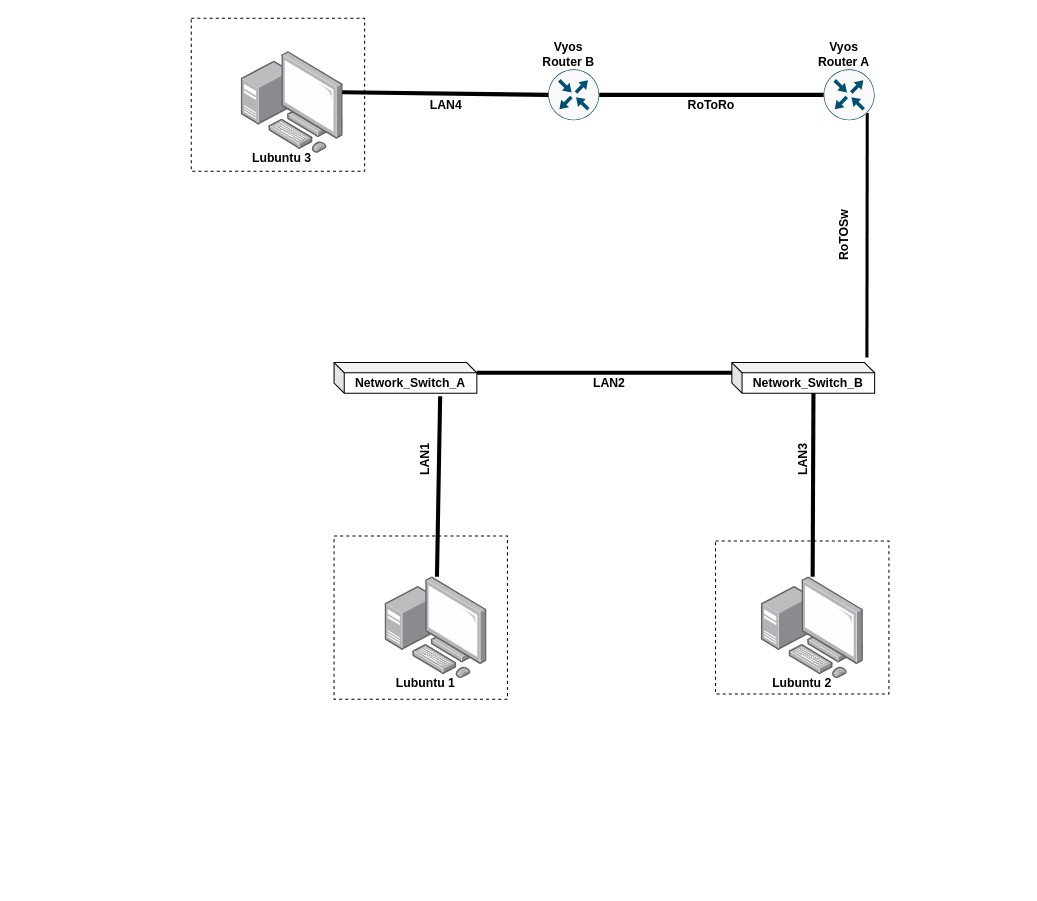
The draw.io diagram page "Physical Topology" (1 of 4) of documentation/E06/PhysicalOnlyDevicesAndCables.drawio in Kjersheim/DataNetworksIntro2023, before the edit. Source tidied: cells renumbered, new cells numbered last; positions are measured from the earlier drawing's top-left corner, leaving out a move shared by most shapes. Both pictures are drawn from the tidied source at 102%, with x=0, y=0 at pixel (191, 17).
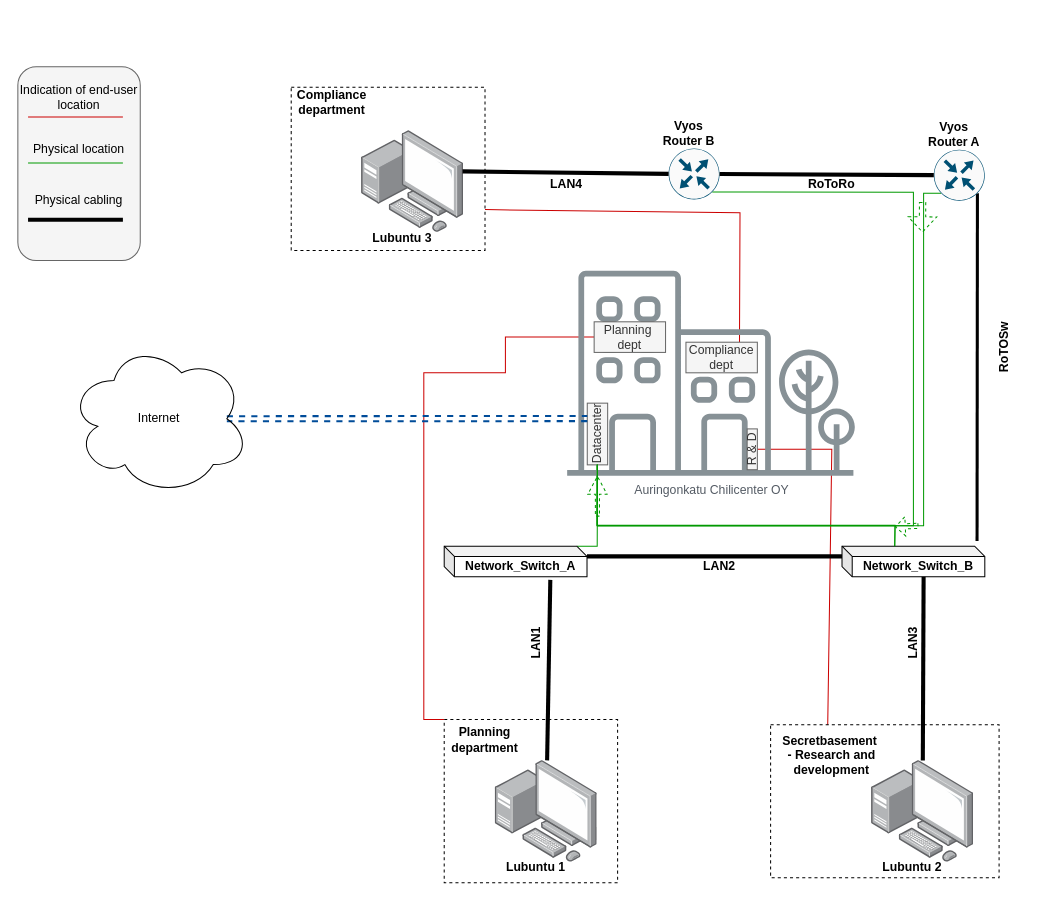
The same page after the edit.

Commit message (it also covers changes not shown here):
Planning office

The edit, as a diff of the source:
```diff
@@
+    <mxCell id="29" style="rounded=1;whiteSpace=wrap;html=1;fillColor=#f5f5f5;strokeColor=#666666;fontColor=#333333;" parent="1" vertex="1">
+      <mxGeometry x="-170" y="48" width="120" height="190" as="geometry" />
+    </mxCell>
+    <mxCell id="30" style="edgeStyle=none;rounded=0;jettySize=auto;html=1;entryX=0.75;entryY=0;entryDx=0;entryDy=0;exitX=1;exitY=0.75;exitDx=0;exitDy=0;jumpStyle=none;strokeColor=#CC0000;endArrow=none;endFill=0;" parent="1" edge="1" source="20" target="39">
+      <mxGeometry relative="1" as="geometry">
+        <Array as="points">
+          <mxPoint x="538" y="191" />
+        </Array>
+      </mxGeometry>
+    </mxCell>
+    <mxCell id="31" style="edgeStyle=none;rounded=0;jettySize=auto;html=1;jumpStyle=none;strokeColor=#CC0000;endArrow=none;endFill=0;exitX=0;exitY=0.5;exitDx=0;exitDy=0;" parent="1" edge="1" source="42">
+      <mxGeometry relative="1" as="geometry">
+        <mxPoint x="248" y="688" as="targetPoint" />
+        <Array as="points">
+          <mxPoint x="308" y="313" />
+          <mxPoint x="308" y="348" />
+          <mxPoint x="228" y="348" />
+          <mxPoint x="228" y="688" />
+        </Array>
+      </mxGeometry>
+    </mxCell>
+    <mxCell id="32" style="edgeStyle=none;rounded=0;jumpStyle=none;jettySize=auto;html=1;exitX=0.25;exitY=0;exitDx=0;exitDy=0;strokeColor=#CC0000;endArrow=none;endFill=0;entryX=0.5;entryY=1;entryDx=0;entryDy=0;" parent="1" edge="1" source="2" target="38">
+      <mxGeometry relative="1" as="geometry">
+        <Array as="points">
+          <mxPoint x="628" y="423" />
+        </Array>
+      </mxGeometry>
+    </mxCell>
     <mxCell id="2" style="rounded=0;whiteSpace=wrap;html=1;textOpacity=0;fillColor=none;dashed=1;" parent="1" vertex="1">
-      <mxGeometry x="514" y="513" width="170" height="150" as="geometry" />
+      <mxGeometry x="568" y="693" width="224" height="150" as="geometry" />
     </mxCell>
     <mxCell id="3" style="rounded=0;whiteSpace=wrap;html=1;textOpacity=0;fillColor=none;dashed=1;" parent="1" vertex="1">
-      <mxGeometry x="140" y="508" width="170" height="160" as="geometry" />
+      <mxGeometry x="248" y="688" width="170" height="160" as="geometry" />
     </mxCell>
     <mxCell id="4" style="points=[];html=1;align=center;shadow=0;dashed=0;image;image=img/lib/allied_telesis/computer_and_terminals/Personal_Computer_with_Server.svg;" parent="1" vertex="1">
-      <mxGeometry x="190" y="548" width="100" height="100" as="geometry" />
+      <mxGeometry x="298" y="728" width="100" height="100" as="geometry" />
     </mxCell>
     <mxCell id="5" value="Lubuntu 1" style="text;strokeColor=none;align=center;fillColor=none;html=1;verticalAlign=middle;whiteSpace=wrap;rounded=0;fontStyle=1;" parent="1" vertex="1">
-      <mxGeometry x="200" y="638" width="60" height="30" as="geometry" />
+      <mxGeometry x="308" y="818" width="60" height="30" as="geometry" />
     </mxCell>
     <mxCell id="6" style="points=[];html=1;align=center;shadow=0;dashed=0;image;image=img/lib/allied_telesis/computer_and_terminals/Personal_Computer_with_Server.svg;" parent="1" vertex="1">
-      <mxGeometry x="559" y="548" width="100" height="100" as="geometry" />
+      <mxGeometry x="667" y="728" width="100" height="100" as="geometry" />
     </mxCell>
     <mxCell id="7" value="Lubuntu 2" style="text;strokeColor=none;align=center;fillColor=none;html=1;verticalAlign=middle;whiteSpace=wrap;rounded=0;fontStyle=1;" parent="1" vertex="1">
-      <mxGeometry x="569" y="638" width="60" height="30" as="geometry" />
+      <mxGeometry x="677" y="818" width="60" height="30" as="geometry" />
     </mxCell>
+    <mxCell id="33" style="edgeStyle=none;rounded=0;jumpStyle=none;jettySize=auto;html=1;exitX=0;exitY=0;exitDx=130;exitDy=0;exitPerimeter=0;entryX=0;entryY=0.5;entryDx=0;entryDy=0;strokeColor=#009900;endArrow=none;endFill=0;startArrow=none;startFill=0;" parent="1" edge="1" source="8" target="41">
+      <mxGeometry relative="1" as="geometry">
+        <Array as="points">
+          <mxPoint x="398" y="518" />
+        </Array>
+      </mxGeometry>
+    </mxCell>
     <mxCell id="8" value="Network_Switch_A" style="shape=cube;whiteSpace=wrap;html=1;boundedLbl=1;backgroundOutline=1;darkOpacity=0.05;darkOpacity2=0.1;direction=east;size=10;fontStyle=1;" parent="1" vertex="1">
-      <mxGeometry x="140" y="338" width="140" height="30" as="geometry" />
+      <mxGeometry x="248" y="518" width="140" height="30" as="geometry" />
     </mxCell>
+    <mxCell id="34" style="edgeStyle=none;rounded=0;jumpStyle=none;jettySize=auto;html=1;exitX=0.369;exitY=0.017;exitDx=0;exitDy=0;exitPerimeter=0;strokeColor=#009900;endArrow=none;endFill=0;" parent="1" edge="1" source="9">
+      <mxGeometry relative="1" as="geometry">
+        <mxPoint x="398" y="438" as="targetPoint" />
+        <Array as="points">
+          <mxPoint x="690" y="498" />
+          <mxPoint x="398" y="498" />
+        </Array>
+      </mxGeometry>
+    </mxCell>
     <mxCell id="9" value="Network_Switch_B" style="shape=cube;whiteSpace=wrap;html=1;boundedLbl=1;backgroundOutline=1;darkOpacity=0.05;darkOpacity2=0.1;direction=east;size=10;fontStyle=1;" parent="1" vertex="1">
-      <mxGeometry x="530" y="338" width="140" height="30" as="geometry" />
+      <mxGeometry x="638" y="518" width="140" height="30" as="geometry" />
     </mxCell>
@@
     <mxCell id="11" style="endArrow=none;html=1;rounded=0;strokeWidth=4;" parent="1" edge="1" source="6">
       <mxGeometry relative="1" as="geometry">
-        <mxPoint x="610" y="368" as="targetPoint" />
+        <mxPoint x="718" y="548" as="targetPoint" />
       </mxGeometry>
     </mxCell>
     <mxCell id="12" value="&lt;b&gt;&lt;font style=&quot;font-size: 12px;&quot;&gt;LAN2&lt;/font&gt;&lt;/b&gt;" style="text;strokeColor=none;align=center;fillColor=none;html=1;verticalAlign=middle;whiteSpace=wrap;rounded=0;dashed=1;fontSize=10;" parent="1" vertex="1">
-      <mxGeometry x="380" y="343" width="60" height="30" as="geometry" />
+      <mxGeometry x="488" y="523" width="60" height="30" as="geometry" />
     </mxCell>
     <mxCell id="13" value="&lt;b&gt;&lt;font style=&quot;font-size: 12px;&quot;&gt;LAN1&lt;/font&gt;&lt;/b&gt;" style="text;strokeColor=none;align=center;fillColor=none;html=1;verticalAlign=middle;whiteSpace=wrap;rounded=0;dashed=1;fontSize=10;rotation=-90;" parent="1" vertex="1">
-      <mxGeometry x="200" y="418" width="60" height="30" as="geometry" />
+      <mxGeometry x="308" y="598" width="60" height="30" as="geometry" />
     </mxCell>
     <mxCell id="14" value="&lt;b&gt;&lt;font style=&quot;font-size: 12px;&quot;&gt;LAN3&lt;/font&gt;&lt;/b&gt;" style="text;strokeColor=none;align=center;fillColor=none;html=1;verticalAlign=middle;whiteSpace=wrap;rounded=0;dashed=1;fontSize=10;rotation=-90;" parent="1" vertex="1">
-      <mxGeometry x="570" y="418" width="60" height="30" as="geometry" />
+      <mxGeometry x="678" y="598" width="60" height="30" as="geometry" />
     </mxCell>
     <mxCell id="15" style="rounded=0;jettySize=auto;html=1;exitX=0.855;exitY=0.8555;exitDx=0;exitDy=0;exitPerimeter=0;entryX=0;entryY=1;entryDx=0;entryDy=0;endArrow=none;endFill=0;strokeWidth=3;" parent="1" edge="1" source="16">
       <mxGeometry relative="1" as="geometry">
-        <mxPoint x="662.4" y="333" as="targetPoint" />
+        <mxPoint x="770.4" y="513" as="targetPoint" />
       </mxGeometry>
     </mxCell>
+    <mxCell id="35" style="edgeStyle=none;rounded=0;jumpStyle=none;jettySize=auto;html=1;exitX=0.145;exitY=0.855;exitDx=0;exitDy=0;exitPerimeter=0;strokeColor=#009900;endArrow=none;endFill=0;" parent="1" edge="1" source="16">
+      <mxGeometry relative="1" as="geometry">
+        <mxPoint x="398" y="438" as="targetPoint" />
+        <Array as="points">
+          <mxPoint x="718" y="172" />
+          <mxPoint x="718" y="498" />
+          <mxPoint x="398" y="498" />
+        </Array>
+      </mxGeometry>
+    </mxCell>
     <mxCell id="16" style="sketch=0;points=[[0.5,0,0],[1,0.5,0],[0.5,1,0],[0,0.5,0],[0.145,0.145,0],[0.8555,0.145,0],[0.855,0.8555,0],[0.145,0.855,0]];verticalLabelPosition=bottom;html=1;verticalAlign=top;align=center;shape=mxgraph.cisco19.rect;prIcon=router;fillColor=#FAFAFA;strokeColor=#005073;" parent="1" vertex="1">
-      <mxGeometry x="620" y="50.5" width="50" height="50" as="geometry" />
+      <mxGeometry x="728" y="129.2" width="50" height="50" as="geometry" />
     </mxCell>
     <mxCell id="17" value="Vyos Router A" style="text;strokeColor=none;align=center;fillColor=none;html=1;verticalAlign=middle;whiteSpace=wrap;rounded=0;fontStyle=1;" parent="1" vertex="1">
-      <mxGeometry x="610" y="20.5" width="60" height="30" as="geometry" />
+      <mxGeometry x="718" y="99.2" width="60" height="30" as="geometry" />
     </mxCell>
     <mxCell id="18" value="&lt;b&gt;&lt;font style=&quot;font-size: 12px;&quot;&gt;RoTOSw&lt;/font&gt;&lt;/b&gt;" style="text;strokeColor=none;align=center;fillColor=none;html=1;verticalAlign=middle;whiteSpace=wrap;rounded=0;dashed=1;fontSize=10;rotation=-90;" parent="1" vertex="1">
-      <mxGeometry x="610" y="198" width="60" height="30" as="geometry" />
+      <mxGeometry x="767" y="308" width="60" height="30" as="geometry" />
     </mxCell>
@@
     <mxCell id="20" style="rounded=0;whiteSpace=wrap;html=1;textOpacity=0;fillColor=none;dashed=1;" parent="1" vertex="1">
-      <mxGeometry y="0.5" width="170" height="150" as="geometry" />
+      <mxGeometry x="98" y="68" width="190" height="160" as="geometry" />
     </mxCell>
     <mxCell id="21" style="points=[];html=1;align=center;shadow=0;dashed=0;image;image=img/lib/allied_telesis/computer_and_terminals/Personal_Computer_with_Server.svg;" parent="1" vertex="1">
-      <mxGeometry x="49" y="33" width="100" height="100" as="geometry" />
+      <mxGeometry x="167" y="110.5" width="100" height="100" as="geometry" />
     </mxCell>
     <mxCell id="22" value="Lubuntu 3" style="text;strokeColor=none;align=center;fillColor=none;html=1;verticalAlign=middle;whiteSpace=wrap;rounded=0;fontStyle=1;" parent="1" vertex="1">
-      <mxGeometry x="59" y="123" width="60" height="30" as="geometry" />
+      <mxGeometry x="177" y="200.5" width="60" height="30" as="geometry" />
     </mxCell>
+    <mxCell id="36" style="edgeStyle=none;rounded=0;jumpStyle=none;jettySize=auto;html=1;exitX=0.855;exitY=0.8555;exitDx=0;exitDy=0;exitPerimeter=0;strokeColor=#009900;endArrow=none;endFill=0;" parent="1" edge="1" source="23">
+      <mxGeometry relative="1" as="geometry">
+        <mxPoint x="398" y="498" as="targetPoint" />
+        <Array as="points">
+          <mxPoint x="708" y="171" />
+          <mxPoint x="708" y="498" />
+        </Array>
+      </mxGeometry>
+    </mxCell>
     <mxCell id="23" style="sketch=0;points=[[0.5,0,0],[1,0.5,0],[0.5,1,0],[0,0.5,0],[0.145,0.145,0],[0.8555,0.145,0],[0.855,0.8555,0],[0.145,0.855,0]];verticalLabelPosition=bottom;html=1;verticalAlign=top;align=center;shape=mxgraph.cisco19.rect;prIcon=router;fillColor=#FAFAFA;strokeColor=#005073;" parent="1" vertex="1">
-      <mxGeometry x="350" y="50.5" width="50" height="50" as="geometry" />
+      <mxGeometry x="468" y="128" width="50" height="50" as="geometry" />
     </mxCell>
     <mxCell id="24" value="Vyos Router B" style="text;strokeColor=none;align=center;fillColor=none;html=1;verticalAlign=middle;whiteSpace=wrap;rounded=0;fontStyle=1;" parent="1" vertex="1">
-      <mxGeometry x="340" y="20.5" width="60" height="30" as="geometry" />
+      <mxGeometry x="458" y="98" width="60" height="30" as="geometry" />
     </mxCell>
@@
     <mxCell id="26" value="&lt;b&gt;&lt;font style=&quot;font-size: 12px;&quot;&gt;LAN4&lt;/font&gt;&lt;/b&gt;" style="text;strokeColor=none;align=center;fillColor=none;html=1;verticalAlign=middle;whiteSpace=wrap;rounded=0;dashed=1;fontSize=10;" parent="1" vertex="1">
-      <mxGeometry x="220" y="70.5" width="60" height="30" as="geometry" />
+      <mxGeometry x="338" y="148" width="60" height="30" as="geometry" />
     </mxCell>
@@
+    <mxCell id="37" value="Auringonkatu Chilicenter OY" style="sketch=0;gradientColor=none;fontColor=#545B64;strokeColor=none;fillColor=#879196;dashed=0;verticalLabelPosition=bottom;verticalAlign=top;align=center;html=1;fontSize=12;fontStyle=0;shape=mxgraph.aws4.illustration_office_building;" parent="1" vertex="1">
+      <mxGeometry x="368" y="248" width="283.1" height="201" as="geometry" />
+    </mxCell>
     <mxCell id="28" value="&lt;b&gt;&lt;font style=&quot;font-size: 12px;&quot;&gt;RoToRo&lt;/font&gt;&lt;/b&gt;" style="text;strokeColor=none;align=center;fillColor=none;html=1;verticalAlign=middle;whiteSpace=wrap;rounded=0;dashed=1;fontSize=10;" parent="1" vertex="1">
-      <mxGeometry x="480" y="70.5" width="60" height="30" as="geometry" />
+      <mxGeometry x="598" y="148" width="60" height="30" as="geometry" />
     </mxCell>
+    <mxCell id="38" value="R &amp;amp; D" style="rounded=0;whiteSpace=wrap;html=1;fillColor=#f5f5f5;fontColor=#333333;strokeColor=#666666;rotation=-90;" parent="1" vertex="1">
+      <mxGeometry x="530" y="418" width="40" height="10" as="geometry" />
+    </mxCell>
+    <mxCell id="39" value="Compliance dept" style="rounded=0;whiteSpace=wrap;html=1;fillColor=#f5f5f5;fontColor=#333333;strokeColor=#666666;" parent="1" vertex="1">
+      <mxGeometry x="485" y="318" width="70" height="30" as="geometry" />
+    </mxCell>
+    <mxCell id="40" style="edgeStyle=none;rounded=0;jumpStyle=none;jettySize=auto;html=1;exitX=0;exitY=0.5;exitDx=0;exitDy=0;strokeColor=#009900;endArrow=none;endFill=0;" parent="1" edge="1" source="41">
+      <mxGeometry relative="1" as="geometry">
+        <mxPoint x="398" y="498" as="targetPoint" />
+      </mxGeometry>
+    </mxCell>
+    <mxCell id="41" value="Datacenter" style="rounded=0;whiteSpace=wrap;html=1;fillColor=#f5f5f5;fontColor=#333333;strokeColor=#666666;rotation=-90;" parent="1" vertex="1">
+      <mxGeometry x="368" y="398" width="60.5" height="20" as="geometry" />
+    </mxCell>
+    <mxCell id="42" value="Planning&amp;nbsp;&lt;br&gt;dept" style="rounded=0;whiteSpace=wrap;html=1;fillColor=#f5f5f5;fontColor=#333333;strokeColor=#666666;" parent="1" vertex="1">
+      <mxGeometry x="395" y="298" width="70" height="30" as="geometry" />
+    </mxCell>
+    <mxCell id="43" style="edgeStyle=none;rounded=0;orthogonalLoop=1;jettySize=auto;html=1;jumpStyle=none;strokeColor=#CC0000;endArrow=none;endFill=0;" parent="1" edge="1">
+      <mxGeometry relative="1" as="geometry">
+        <mxPoint x="-160" y="97.2" as="sourcePoint" />
+        <mxPoint x="-67" y="97.2" as="targetPoint" />
+      </mxGeometry>
+    </mxCell>
+    <mxCell id="44" value="Indication of end-user location" style="text;strokeColor=none;align=center;fillColor=none;html=1;verticalAlign=middle;whiteSpace=wrap;rounded=0;" parent="1" vertex="1">
+      <mxGeometry x="-170" y="77.2" width="120" as="geometry" />
+    </mxCell>
+    <mxCell id="45" style="edgeStyle=none;rounded=0;jumpStyle=none;orthogonalLoop=1;jettySize=auto;html=1;exitX=0.369;exitY=0.017;exitDx=0;exitDy=0;exitPerimeter=0;strokeColor=#009900;endArrow=none;endFill=0;startArrow=none;startFill=0;" parent="1" edge="1">
+      <mxGeometry relative="1" as="geometry">
+        <mxPoint x="689.7" y="518" as="sourcePoint" />
+        <mxPoint x="398" y="437.5" as="targetPoint" />
+        <Array as="points">
+          <mxPoint x="690" y="497.5" />
+          <mxPoint x="398" y="497.5" />
+        </Array>
+      </mxGeometry>
+    </mxCell>
+    <mxCell id="46" style="shape=flexArrow;endArrow=classic;html=1;rounded=0;dashed=1;strokeColor=#009900;jumpStyle=none;width=4;endSize=5.4928;endWidth=13.813333333333333;" parent="1" edge="1">
+      <mxGeometry relative="1" as="geometry">
+        <mxPoint x="398.2" y="489" as="sourcePoint" />
+        <mxPoint x="398.2" y="449" as="targetPoint" />
+      </mxGeometry>
+    </mxCell>
+    <mxCell id="47" style="edgeStyle=none;rounded=0;orthogonalLoop=1;jettySize=auto;html=1;jumpStyle=none;strokeColor=#009900;endArrow=none;endFill=0;" parent="1" edge="1">
+      <mxGeometry relative="1" as="geometry">
+        <mxPoint x="-160" y="142.4" as="sourcePoint" />
+        <mxPoint x="-67" y="142.4" as="targetPoint" />
+      </mxGeometry>
+    </mxCell>
+    <mxCell id="48" value="Physical location" style="text;strokeColor=none;align=center;fillColor=none;html=1;verticalAlign=middle;whiteSpace=wrap;rounded=0;" parent="1" vertex="1">
+      <mxGeometry x="-170" y="128" width="120" as="geometry" />
+    </mxCell>
+    <mxCell id="49" value="Planning department" style="text;strokeColor=none;align=center;fillColor=none;html=1;verticalAlign=middle;whiteSpace=wrap;rounded=0;fontStyle=1;" parent="1" vertex="1">
+      <mxGeometry x="258" y="693" width="60" height="30" as="geometry" />
+    </mxCell>
+    <mxCell id="50" value="Secretbasement&amp;nbsp; - Research and development" style="text;strokeColor=none;align=center;fillColor=none;html=1;verticalAlign=middle;whiteSpace=wrap;rounded=0;fontStyle=1;" parent="1" vertex="1">
+      <mxGeometry x="598" y="708" width="60" height="30" as="geometry" />
+    </mxCell>
+    <mxCell id="51" value="Compliance&lt;br&gt;department" style="text;strokeColor=none;align=center;fillColor=none;html=1;verticalAlign=middle;whiteSpace=wrap;rounded=0;fontStyle=1;" parent="1" vertex="1">
+      <mxGeometry x="108" y="68" width="60" height="30" as="geometry" />
+    </mxCell>
+    <mxCell id="52" style="edgeStyle=none;rounded=0;orthogonalLoop=1;jettySize=auto;html=1;jumpStyle=none;strokeColor=#000000;endArrow=none;endFill=0;strokeWidth=4;" parent="1" edge="1">
+      <mxGeometry relative="1" as="geometry">
+        <mxPoint x="-160" y="198" as="sourcePoint" />
+        <mxPoint x="-67" y="198" as="targetPoint" />
+      </mxGeometry>
+    </mxCell>
+    <mxCell id="53" value="Physical cabling" style="text;strokeColor=none;align=center;fillColor=none;html=1;verticalAlign=middle;whiteSpace=wrap;rounded=0;" parent="1" vertex="1">
+      <mxGeometry x="-170" y="178" width="120" as="geometry" />
+    </mxCell>
+    <mxCell id="54" style="edgeStyle=none;shape=link;rounded=0;jumpStyle=none;jettySize=auto;html=1;exitX=0.875;exitY=0.5;exitDx=0;exitDy=0;exitPerimeter=0;entryX=0.75;entryY=0;entryDx=0;entryDy=0;dashed=1;strokeColor=#004C99;strokeWidth=2;startArrow=none;startFill=0;endArrow=none;endFill=0;" parent="1" edge="1" source="55" target="41">
+      <mxGeometry relative="1" as="geometry" />
+    </mxCell>
+    <mxCell id="55" value="Internet" style="ellipse;shape=cloud;whiteSpace=wrap;html=1;fillColor=none;" parent="1" vertex="1">
+      <mxGeometry x="-120" y="318" width="177" height="150" as="geometry" />
+    </mxCell>
+    <mxCell id="56" style="shape=flexArrow;endArrow=classic;html=1;rounded=0;dashed=1;strokeColor=#009900;jumpStyle=none;width=6.206896551724139;endSize=4.6321839080459775;endWidth=20.734575241115078;" parent="1" edge="1">
+      <mxGeometry relative="1" as="geometry">
+        <mxPoint x="717" y="180.5" as="sourcePoint" />
+        <mxPoint x="716.9" y="210.5" as="targetPoint" />
+      </mxGeometry>
+    </mxCell>
+    <mxCell id="57" style="shape=flexArrow;endArrow=classic;html=1;rounded=0;dashed=1;strokeColor=#009900;jumpStyle=none;width=5.057471264367816;endSize=2.84367816091954;endWidth=12.757299511163959;" parent="1" edge="1">
+      <mxGeometry relative="1" as="geometry">
+        <mxPoint x="713" y="498" as="sourcePoint" />
+        <mxPoint x="690" y="499" as="targetPoint" />
+      </mxGeometry>
+    </mxCell>
```
